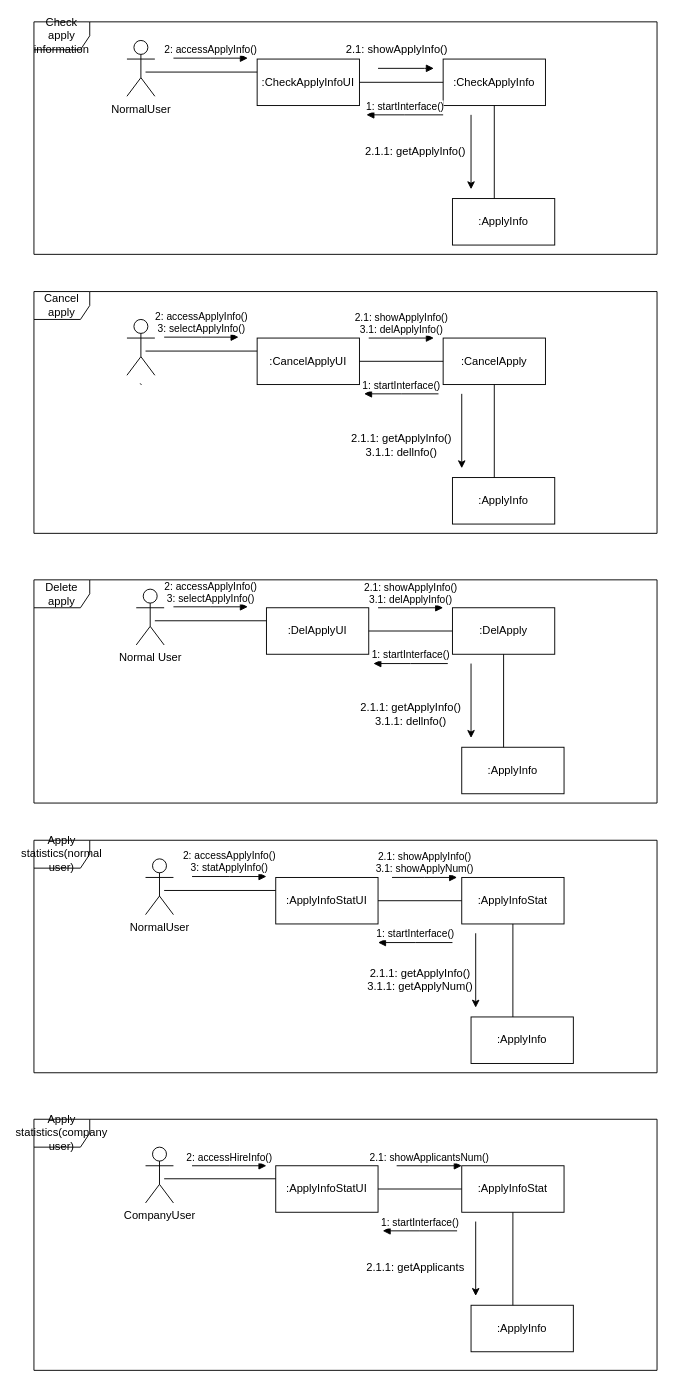
KimTaemin-Git/SE2 keeps this draw.io diagram as B711151_apply_commu.drawio. Above is the earlier version. Source tidied: cells renumbered, new cells numbered last; positions are measured from the earlier drawing's top-left corner, leaving out a move shared by most shapes. Both pictures are drawn from the tidied source at 93%, with x=0, y=0 at pixel (33, 21).
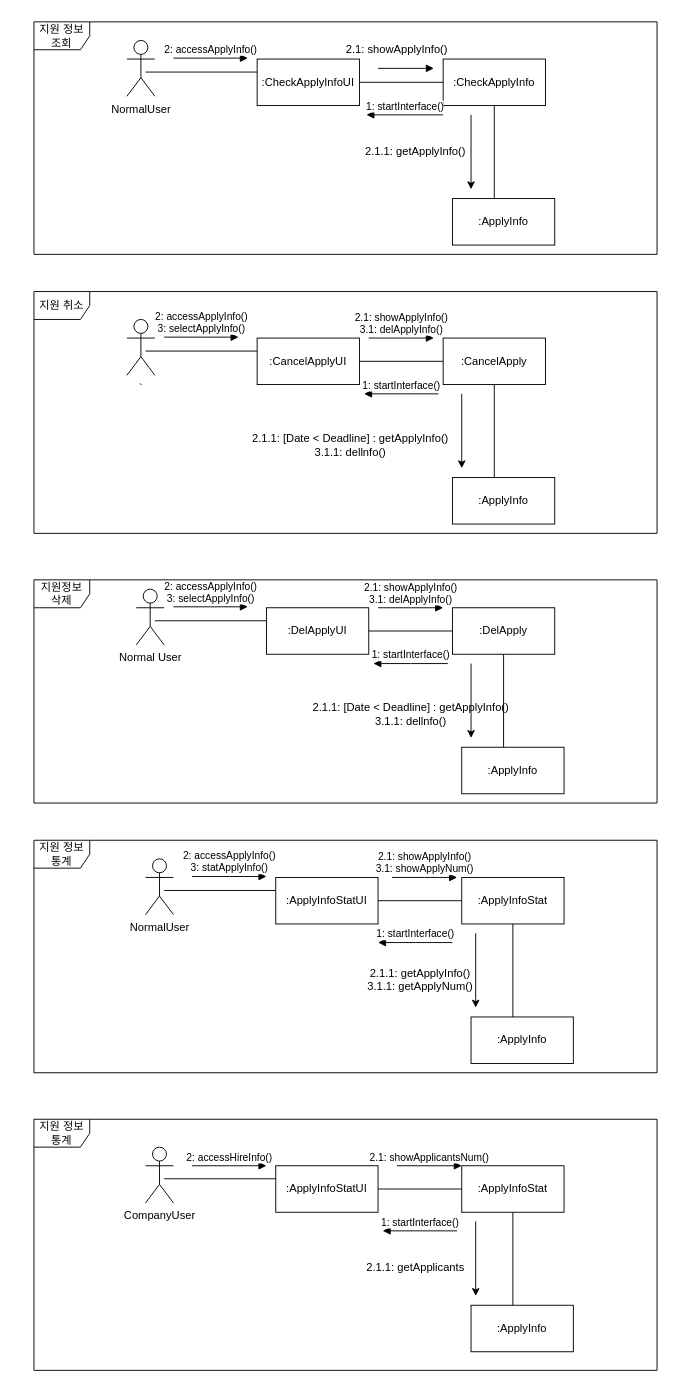
The same diagram, later.

Commit message:
apply_communication_diagram

Diff of the diagram source:
```diff
@@
-    <mxCell id="39" value="2.1.1: getApplyInfo()&lt;br&gt;3.1.1: dellnfo()" style="text;html=1;align=center;verticalAlign=middle;strokeColor=none;fillColor=none;" parent="1" vertex="1">
-      <mxGeometry x="330" y="435" width="130" height="40" as="geometry" />
+    <mxCell id="39" value="2.1.1: [Date &amp;lt; Deadline] : getApplyInfo()&lt;br&gt;3.1.1: dellnfo()" style="text;html=1;align=center;verticalAlign=middle;strokeColor=none;fillColor=none;" parent="1" vertex="1">
+      <mxGeometry x="225" y="435" width="230" height="40" as="geometry" />
     </mxCell>
@@
-    <mxCell id="51" value="2.1.1: getApplyInfo()&lt;br&gt;3.1.1: dellnfo()" style="text;html=1;align=center;verticalAlign=middle;strokeColor=none;fillColor=none;" parent="1" vertex="1">
-      <mxGeometry x="340" y="725" width="130" height="40" as="geometry" />
+    <mxCell id="51" value="2.1.1: [Date &amp;lt; Deadline] : getApplyInfo()&lt;br&gt;3.1.1: dellnfo()" style="text;html=1;align=center;verticalAlign=middle;strokeColor=none;fillColor=none;" parent="1" vertex="1">
+      <mxGeometry x="290" y="725" width="230" height="40" as="geometry" />
     </mxCell>
@@
-    <mxCell id="58" value="Delete apply" style="shape=umlFrame;whiteSpace=wrap;html=1;" parent="1" vertex="1">
+    <mxCell id="58" value="지원정보 삭제" style="shape=umlFrame;whiteSpace=wrap;html=1;" parent="1" vertex="1">
       <mxGeometry y="600" width="670" height="240" as="geometry" />
     </mxCell>
-    <mxCell id="59" value="Check apply information" style="shape=umlFrame;whiteSpace=wrap;html=1;" parent="1" vertex="1">
+    <mxCell id="59" value="지원 정보 조회" style="shape=umlFrame;whiteSpace=wrap;html=1;" parent="1" vertex="1">
       <mxGeometry width="670" height="250" as="geometry" />
     </mxCell>
-    <mxCell id="60" value="Cancel apply" style="shape=umlFrame;whiteSpace=wrap;html=1;" parent="1" vertex="1">
+    <mxCell id="60" value="지원 취소" style="shape=umlFrame;whiteSpace=wrap;html=1;" parent="1" vertex="1">
       <mxGeometry y="290" width="670" height="260" as="geometry" />
     </mxCell>
-    <mxCell id="61" value="Apply statistics(normal user)" style="shape=umlFrame;whiteSpace=wrap;html=1;" parent="1" vertex="1">
+    <mxCell id="61" value="지원 정보 통계" style="shape=umlFrame;whiteSpace=wrap;html=1;" parent="1" vertex="1">
       <mxGeometry y="880" width="670" height="250" as="geometry" />
     </mxCell>
-    <mxCell id="62" value="Apply statistics(company user)" style="shape=umlFrame;whiteSpace=wrap;html=1;" parent="1" vertex="1">
+    <mxCell id="62" value="지원 정보 통계" style="shape=umlFrame;whiteSpace=wrap;html=1;" parent="1" vertex="1">
       <mxGeometry y="1180" width="670" height="270" as="geometry" />
     </mxCell>
```
